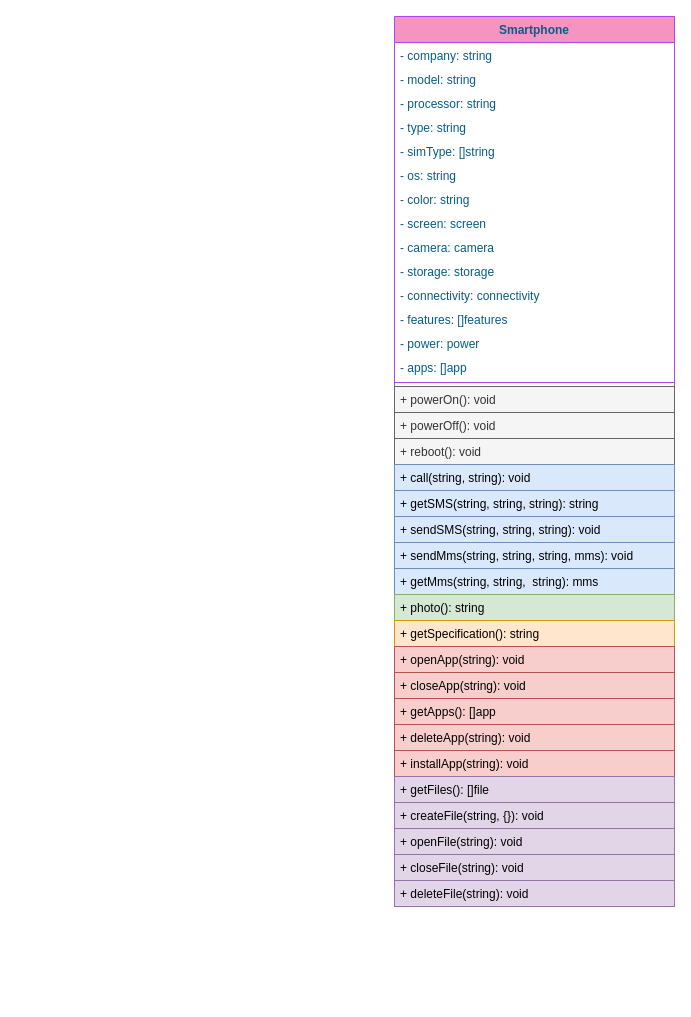
The draw.io diagram Untitled Diagram.drawio in Irresjeny/umltest1, before the edit. Source tidied: cells renumbered, new cells numbered last; positions are measured from the earlier drawing's top-left corner, leaving out a move shared by most shapes. Both pictures are drawn from the tidied source at 100%, with x=0, y=0 at pixel (394, 16).
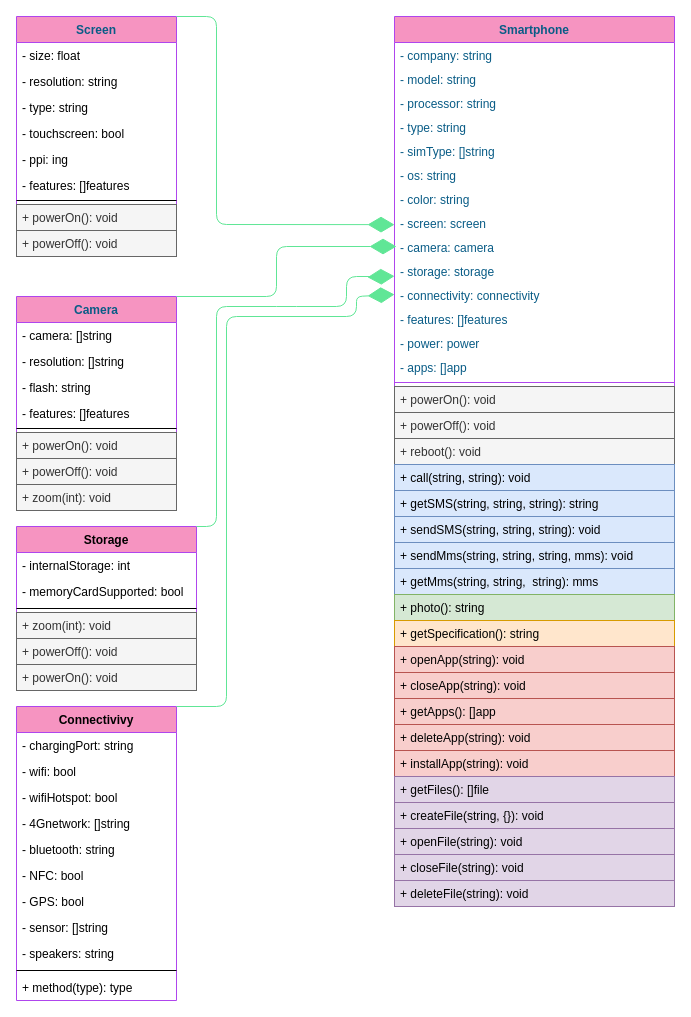
The same page after the edit.

Unchanged cells that the change refers to:
```xml
<mxCell id="10" value="- screen: screen&#10;" style="text;strokeColor=none;fillColor=none;align=left;verticalAlign=top;spacingLeft=4;spacingRight=4;overflow=hidden;points=[[0,0.5],[1,0.5]];portConstraint=eastwest;fontColor=#095C86;" parent="2" vertex="1">
  <mxGeometry y="194" width="280" height="24" as="geometry" />
</mxCell>
<mxCell id="12" value="- storage: storage" style="text;strokeColor=none;fillColor=none;align=left;verticalAlign=top;spacingLeft=4;spacingRight=4;overflow=hidden;points=[[0,0.5],[1,0.5]];portConstraint=eastwest;fontColor=#095C86;" parent="2" vertex="1">
  <mxGeometry y="242" width="280" height="24" as="geometry" />
</mxCell>
<mxCell id="13" value="- connectivity: connectivity" style="text;strokeColor=none;fillColor=none;align=left;verticalAlign=top;spacingLeft=4;spacingRight=4;overflow=hidden;points=[[0,0.5],[1,0.5]];portConstraint=eastwest;fontColor=#095C86;" parent="2" vertex="1">
  <mxGeometry y="266" width="280" height="24" as="geometry" />
</mxCell>
```

Diff of the diagram source:
```diff
@@
+    <mxCell id="38" value="Screen" style="swimlane;fontStyle=1;align=center;verticalAlign=top;horizontal=1;startSize=26;rounded=0;sketch=0;fontColor=#095C86;strokeColor=#AF45ED;fillColor=#F694C1;" parent="1" vertex="1">
+      <mxGeometry x="-378" width="160" height="240" as="geometry" />
+    </mxCell>
+    <mxCell id="39" value="- size: float" style="text;strokeColor=none;fillColor=none;align=left;verticalAlign=top;spacingLeft=4;spacingRight=4;overflow=hidden;" parent="38" vertex="1">
+      <mxGeometry y="26" width="160" height="26" as="geometry" />
+    </mxCell>
+    <mxCell id="40" value="- resolution: string" style="text;strokeColor=none;fillColor=none;align=left;verticalAlign=top;spacingLeft=4;spacingRight=4;overflow=hidden;" parent="38" vertex="1">
+      <mxGeometry y="52" width="160" height="26" as="geometry" />
+    </mxCell>
+    <mxCell id="41" value="- type: string" style="text;strokeColor=none;fillColor=none;align=left;verticalAlign=top;spacingLeft=4;spacingRight=4;overflow=hidden;" parent="38" vertex="1">
+      <mxGeometry y="78" width="160" height="26" as="geometry" />
+    </mxCell>
+    <mxCell id="42" value="- touchscreen: bool" style="text;strokeColor=none;fillColor=none;align=left;verticalAlign=top;spacingLeft=4;spacingRight=4;overflow=hidden;" parent="38" vertex="1">
+      <mxGeometry y="104" width="160" height="26" as="geometry" />
+    </mxCell>
+    <mxCell id="43" value="- ppi: ing" style="text;strokeColor=none;fillColor=none;align=left;verticalAlign=top;spacingLeft=4;spacingRight=4;overflow=hidden;" parent="38" vertex="1">
+      <mxGeometry y="130" width="160" height="26" as="geometry" />
+    </mxCell>
+    <mxCell id="44" value="- features: []features" style="text;strokeColor=none;fillColor=none;align=left;verticalAlign=top;spacingLeft=4;spacingRight=4;overflow=hidden;" parent="38" vertex="1">
+      <mxGeometry y="156" width="160" height="24" as="geometry" />
+    </mxCell>
+    <mxCell id="45" style="line;strokeWidth=1;fillColor=none;align=left;verticalAlign=middle;spacingTop=-1;spacingLeft=3;spacingRight=3;labelPosition=right;" parent="38" vertex="1">
+      <mxGeometry y="180" width="160" height="8" as="geometry" />
+    </mxCell>
+    <mxCell id="46" value="+ powerOn(): void" style="text;strokeColor=#666666;fillColor=#f5f5f5;align=left;verticalAlign=top;spacingLeft=4;spacingRight=4;overflow=hidden;fontColor=#333333;" parent="38" vertex="1">
+      <mxGeometry y="188" width="160" height="26" as="geometry" />
+    </mxCell>
+    <mxCell id="47" value="+ powerOff(): void" style="text;strokeColor=#666666;fillColor=#f5f5f5;align=left;verticalAlign=top;spacingLeft=4;spacingRight=4;overflow=hidden;fontColor=#333333;" parent="38" vertex="1">
+      <mxGeometry y="214" width="160" height="26" as="geometry" />
+    </mxCell>
+    <mxCell id="48" value="Camera" style="swimlane;fontStyle=1;align=center;verticalAlign=top;horizontal=1;startSize=26;rounded=0;sketch=0;fontColor=#095C86;strokeColor=#AF45ED;fillColor=#F694C1;" parent="1" vertex="1">
+      <mxGeometry x="-378" y="280" width="160" height="214" as="geometry" />
+    </mxCell>
+    <mxCell id="49" value="- camera: []string" style="text;strokeColor=none;fillColor=none;align=left;verticalAlign=top;spacingLeft=4;spacingRight=4;overflow=hidden;" parent="48" vertex="1">
+      <mxGeometry y="26" width="160" height="26" as="geometry" />
+    </mxCell>
+    <mxCell id="50" value="- resolution: []string" style="text;strokeColor=none;fillColor=none;align=left;verticalAlign=top;spacingLeft=4;spacingRight=4;overflow=hidden;" parent="48" vertex="1">
+      <mxGeometry y="52" width="160" height="26" as="geometry" />
+    </mxCell>
+    <mxCell id="51" value="- flash: string" style="text;strokeColor=none;fillColor=none;align=left;verticalAlign=top;spacingLeft=4;spacingRight=4;overflow=hidden;" parent="48" vertex="1">
+      <mxGeometry y="78" width="160" height="26" as="geometry" />
+    </mxCell>
+    <mxCell id="52" value="- features: []features" style="text;strokeColor=none;fillColor=none;align=left;verticalAlign=top;spacingLeft=4;spacingRight=4;overflow=hidden;" parent="48" vertex="1">
+      <mxGeometry y="104" width="160" height="24" as="geometry" />
+    </mxCell>
+    <mxCell id="53" style="line;strokeWidth=1;fillColor=none;align=left;verticalAlign=middle;spacingTop=-1;spacingLeft=3;spacingRight=3;labelPosition=right;" parent="48" vertex="1">
+      <mxGeometry y="128" width="160" height="8" as="geometry" />
+    </mxCell>
+    <mxCell id="54" value="+ powerOn(): void" style="text;strokeColor=#666666;fillColor=#f5f5f5;align=left;verticalAlign=top;spacingLeft=4;spacingRight=4;overflow=hidden;fontColor=#333333;" parent="48" vertex="1">
+      <mxGeometry y="136" width="160" height="26" as="geometry" />
+    </mxCell>
+    <mxCell id="55" value="+ powerOff(): void" style="text;strokeColor=#666666;fillColor=#f5f5f5;align=left;verticalAlign=top;spacingLeft=4;spacingRight=4;overflow=hidden;fontColor=#333333;" parent="48" vertex="1">
+      <mxGeometry y="162" width="160" height="26" as="geometry" />
+    </mxCell>
+    <mxCell id="56" value="+ zoom(int): void" style="text;strokeColor=#666666;fillColor=#f5f5f5;align=left;verticalAlign=top;spacingLeft=4;spacingRight=4;overflow=hidden;fontColor=#333333;" parent="48" vertex="1">
+      <mxGeometry y="188" width="160" height="26" as="geometry" />
+    </mxCell>
+    <mxCell id="57" style="endArrow=diamondThin;endFill=1;endSize=24;html=1;fontColor=#095C86;strokeColor=#60E696;fillColor=#F694C1;exitX=1;exitY=0;exitDx=0;exitDy=0;entryX=0;entryY=0.589;entryDx=0;entryDy=0;entryPerimeter=0;" parent="1" edge="1" source="38" target="10">
+      <mxGeometry relative="1" as="geometry">
+        <Array as="points">
+          <mxPoint x="-178" />
+          <mxPoint x="-178" y="208" />
+        </Array>
+      </mxGeometry>
+    </mxCell>
+    <mxCell id="58" value="Storage" style="swimlane;fontStyle=1;align=center;verticalAlign=top;horizontal=1;startSize=26;rounded=0;sketch=0;fontColor=#000000;strokeColor=#AF45ED;fillColor=#F694C1;" parent="1" vertex="1">
+      <mxGeometry x="-378" y="510" width="180" height="164" as="geometry" />
+    </mxCell>
+    <mxCell id="59" value="- internalStorage: int" style="text;strokeColor=none;fillColor=none;align=left;verticalAlign=top;spacingLeft=4;spacingRight=4;overflow=hidden;" parent="58" vertex="1">
+      <mxGeometry y="26" width="180" height="26" as="geometry" />
+    </mxCell>
+    <mxCell id="60" value="- memoryCardSupported: bool" style="text;strokeColor=none;fillColor=none;align=left;verticalAlign=top;spacingLeft=4;spacingRight=4;overflow=hidden;" parent="58" vertex="1">
+      <mxGeometry y="52" width="180" height="26" as="geometry" />
+    </mxCell>
+    <mxCell id="61" style="line;strokeWidth=1;fillColor=none;align=left;verticalAlign=middle;spacingTop=-1;spacingLeft=3;spacingRight=3;labelPosition=right;" parent="58" vertex="1">
+      <mxGeometry y="78" width="180" height="8" as="geometry" />
+    </mxCell>
+    <mxCell id="62" value="+ zoom(int): void" style="text;strokeColor=#666666;fillColor=#f5f5f5;align=left;verticalAlign=top;spacingLeft=4;spacingRight=4;overflow=hidden;fontColor=#333333;" parent="58" vertex="1">
+      <mxGeometry y="86" width="180" height="26" as="geometry" />
+    </mxCell>
+    <mxCell id="63" value="+ powerOff(): void" style="text;strokeColor=#666666;fillColor=#f5f5f5;align=left;verticalAlign=top;spacingLeft=4;spacingRight=4;overflow=hidden;fontColor=#333333;" parent="58" vertex="1">
+      <mxGeometry y="112" width="180" height="26" as="geometry" />
+    </mxCell>
+    <mxCell id="64" value="+ powerOn(): void" style="text;strokeColor=#666666;fillColor=#f5f5f5;align=left;verticalAlign=top;spacingLeft=4;spacingRight=4;overflow=hidden;fontColor=#333333;" parent="58" vertex="1">
+      <mxGeometry y="138" width="180" height="26" as="geometry" />
+    </mxCell>
+    <mxCell id="65" style="endArrow=diamondThin;endFill=1;endSize=24;html=1;fontColor=#095C86;strokeColor=#60E696;fillColor=#F694C1;exitX=1;exitY=0;exitDx=0;exitDy=0;" parent="1" edge="1" source="58" target="12">
+      <mxGeometry relative="1" as="geometry">
+        <Array as="points">
+          <mxPoint x="-178" y="510" />
+          <mxPoint x="-178" y="290" />
+          <mxPoint x="-108" y="290" />
+          <mxPoint x="-48" y="290" />
+          <mxPoint x="-48" y="260" />
+          <mxPoint x="-8" y="260" />
+        </Array>
+      </mxGeometry>
+    </mxCell>
+    <mxCell id="66" value="Connectivivy" style="swimlane;fontStyle=1;align=center;verticalAlign=top;horizontal=1;startSize=26;rounded=0;sketch=0;fontColor=#000000;strokeColor=#AF45ED;fillColor=#F694C1;" parent="1" vertex="1">
+      <mxGeometry x="-378" y="690" width="160" height="294" as="geometry" />
+    </mxCell>
+    <mxCell id="67" value="- сhargingPort: string" style="text;strokeColor=none;fillColor=none;align=left;verticalAlign=top;spacingLeft=4;spacingRight=4;overflow=hidden;" parent="66" vertex="1">
+      <mxGeometry y="26" width="160" height="26" as="geometry" />
+    </mxCell>
+    <mxCell id="68" value="- wifi: bool" style="text;strokeColor=none;fillColor=none;align=left;verticalAlign=top;spacingLeft=4;spacingRight=4;overflow=hidden;" parent="66" vertex="1">
+      <mxGeometry y="52" width="160" height="26" as="geometry" />
+    </mxCell>
+    <mxCell id="69" value="- wifiHotspot: bool" style="text;strokeColor=none;fillColor=none;align=left;verticalAlign=top;spacingLeft=4;spacingRight=4;overflow=hidden;" parent="66" vertex="1">
+      <mxGeometry y="78" width="160" height="26" as="geometry" />
+    </mxCell>
+    <mxCell id="70" value="- 4Gnetwork: []string" style="text;strokeColor=none;fillColor=none;align=left;verticalAlign=top;spacingLeft=4;spacingRight=4;overflow=hidden;" parent="66" vertex="1">
+      <mxGeometry y="104" width="160" height="26" as="geometry" />
+    </mxCell>
+    <mxCell id="71" value="- bluetooth: string" style="text;strokeColor=none;fillColor=none;align=left;verticalAlign=top;spacingLeft=4;spacingRight=4;overflow=hidden;" parent="66" vertex="1">
+      <mxGeometry y="130" width="160" height="26" as="geometry" />
+    </mxCell>
+    <mxCell id="72" value="- NFC: bool" style="text;strokeColor=none;fillColor=none;align=left;verticalAlign=top;spacingLeft=4;spacingRight=4;overflow=hidden;" parent="66" vertex="1">
+      <mxGeometry y="156" width="160" height="26" as="geometry" />
+    </mxCell>
+    <mxCell id="73" value="- GPS: bool" style="text;strokeColor=none;fillColor=none;align=left;verticalAlign=top;spacingLeft=4;spacingRight=4;overflow=hidden;" parent="66" vertex="1">
+      <mxGeometry y="182" width="160" height="26" as="geometry" />
+    </mxCell>
+    <mxCell id="74" value="- sensor: []string" style="text;strokeColor=none;fillColor=none;align=left;verticalAlign=top;spacingLeft=4;spacingRight=4;overflow=hidden;" parent="66" vertex="1">
+      <mxGeometry y="208" width="160" height="26" as="geometry" />
+    </mxCell>
+    <mxCell id="75" value="- speakers: string" style="text;strokeColor=none;fillColor=none;align=left;verticalAlign=top;spacingLeft=4;spacingRight=4;overflow=hidden;" parent="66" vertex="1">
+      <mxGeometry y="234" width="160" height="26" as="geometry" />
+    </mxCell>
+    <mxCell id="76" style="line;strokeWidth=1;fillColor=none;align=left;verticalAlign=middle;spacingTop=-1;spacingLeft=3;spacingRight=3;labelPosition=right;" parent="66" vertex="1">
+      <mxGeometry y="260" width="160" height="8" as="geometry" />
+    </mxCell>
+    <mxCell id="77" value="+ method(type): type" style="text;strokeColor=none;fillColor=none;align=left;verticalAlign=top;spacingLeft=4;spacingRight=4;overflow=hidden;" parent="66" vertex="1">
+      <mxGeometry y="268" width="160" height="26" as="geometry" />
+    </mxCell>
+    <mxCell id="78" style="endArrow=diamondThin;endFill=1;endSize=24;html=1;fontColor=#095C86;strokeColor=#60E696;fillColor=#F694C1;exitX=1;exitY=0;exitDx=0;exitDy=0;entryX=0;entryY=0.5;entryDx=0;entryDy=0;" parent="1" edge="1" source="66" target="13">
+      <mxGeometry relative="1" as="geometry">
+        <Array as="points">
+          <mxPoint x="-168" y="690" />
+          <mxPoint x="-168" y="300" />
+          <mxPoint x="-38" y="300" />
+          <mxPoint x="-38" y="280" />
+        </Array>
+      </mxGeometry>
+    </mxCell>
+    <mxCell id="79" style="endArrow=diamondThin;endFill=1;endSize=24;html=1;fontColor=#000000;strokeColor=#60E696;fillColor=#F694C1;exitX=1;exitY=0;exitDx=0;exitDy=0;" parent="1" edge="1" source="48">
+      <mxGeometry relative="1" as="geometry">
+        <mxPoint x="2" y="230" as="targetPoint" />
+        <Array as="points">
+          <mxPoint x="-118" y="280" />
+          <mxPoint x="-118" y="230" />
+        </Array>
+      </mxGeometry>
+    </mxCell>
```
